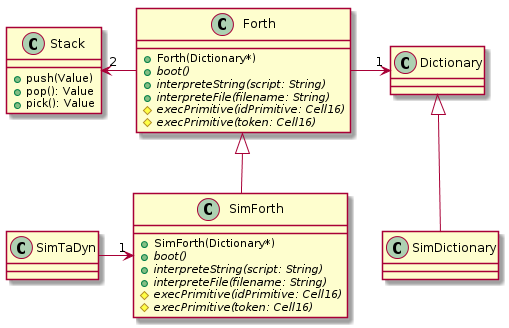
Before: doc/uml/simforth.png, a diagram exported from PlantUML (Lecrapouille/SimTaDyn).
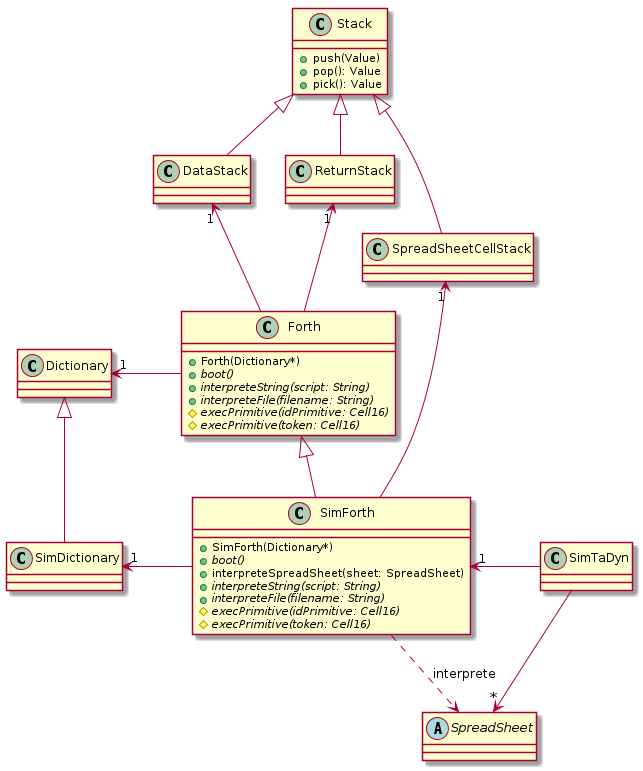
Above is the later version.

Diff of the diagram source:
```diff
@@ -22,6 +22,7 @@
 class SimForth {
 +SimForth(Dictionary*)
 +{abstract} boot()
++interpreteSpreadSheet(sheet: SpreadSheet)
 +{abstract} interpreteString(script: String)
 +{abstract} interpreteFile(filename: String)
 #{abstract} execPrimitive(idPrimitive: Cell16)
@@ -32,10 +33,21 @@
 
 }
 
-Stack "2" <- Forth
-Forth -> "1" Dictionary
+abstract class SpreadSheet {
+
+}
+
+DataStack "1" <-- Forth
+ReturnStack "1" <-- Forth
+Dictionary "1" <- Forth
+SimDictionary "1" <- SimForth
 Forth <|-- SimForth
 Dictionary <|-- SimDictionary
-SimTaDyn -> "1" SimForth
-
+Stack <|-- DataStack
+Stack <|-- ReturnStack
+Stack <|-- SpreadSheetCellStack
+SpreadSheetCellStack "1" <-- SimForth
+SimForth "1" <- SimTaDyn
+SpreadSheet "*" <-- SimTaDyn
+SimForth ..> SpreadSheet : interprete
 @enduml
```
